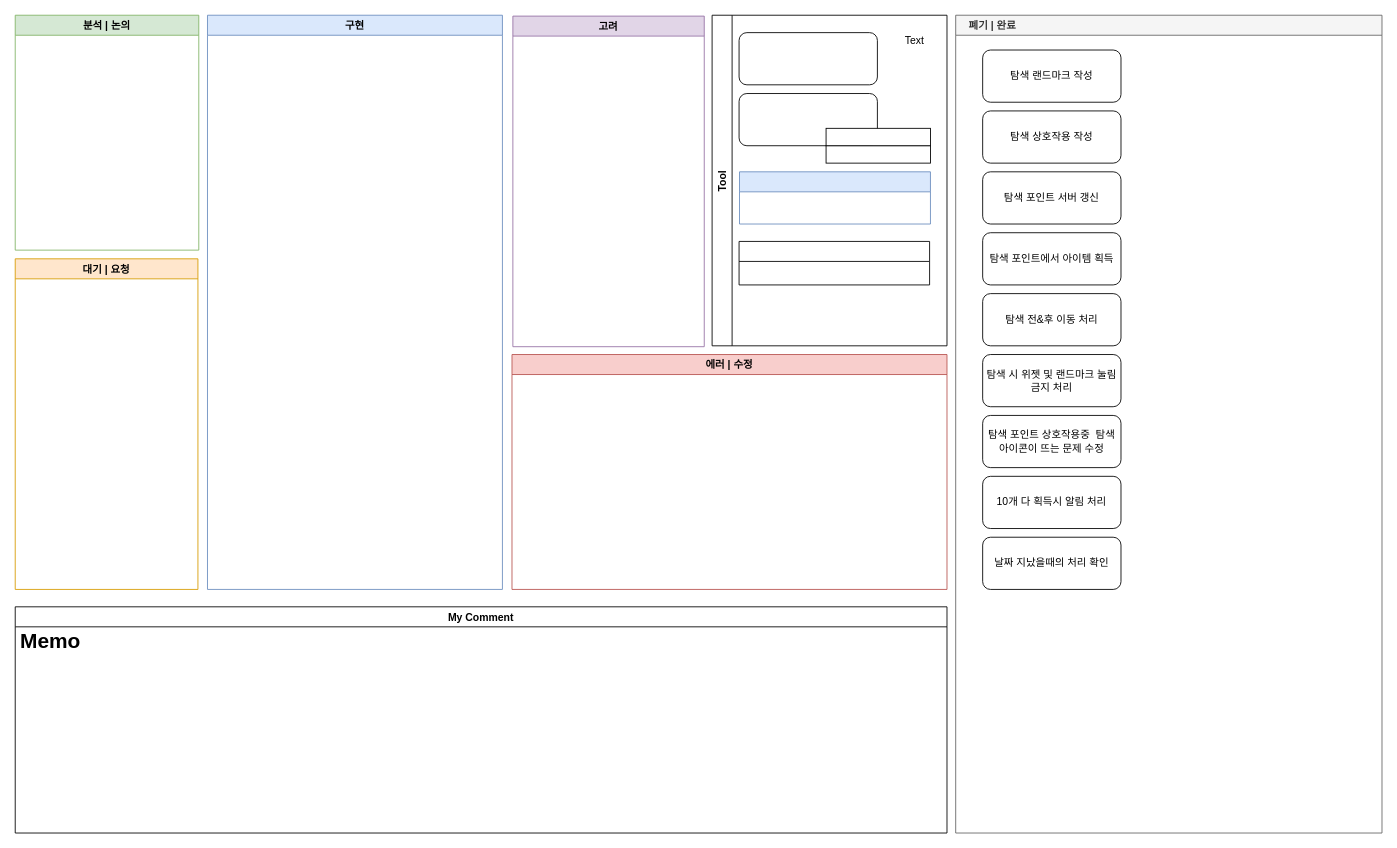
Earlier version of the draw.io diagram 탐색 시스템 진행상황.drawio (Endorr/Job-Board). Source tidied: cells renumbered, new cells numbered last; positions are measured from the earlier drawing's top-left corner, leaving out a move shared by most shapes. Both pictures are drawn from the tidied source at 87%, with x=0, y=0 at pixel (15, 15).
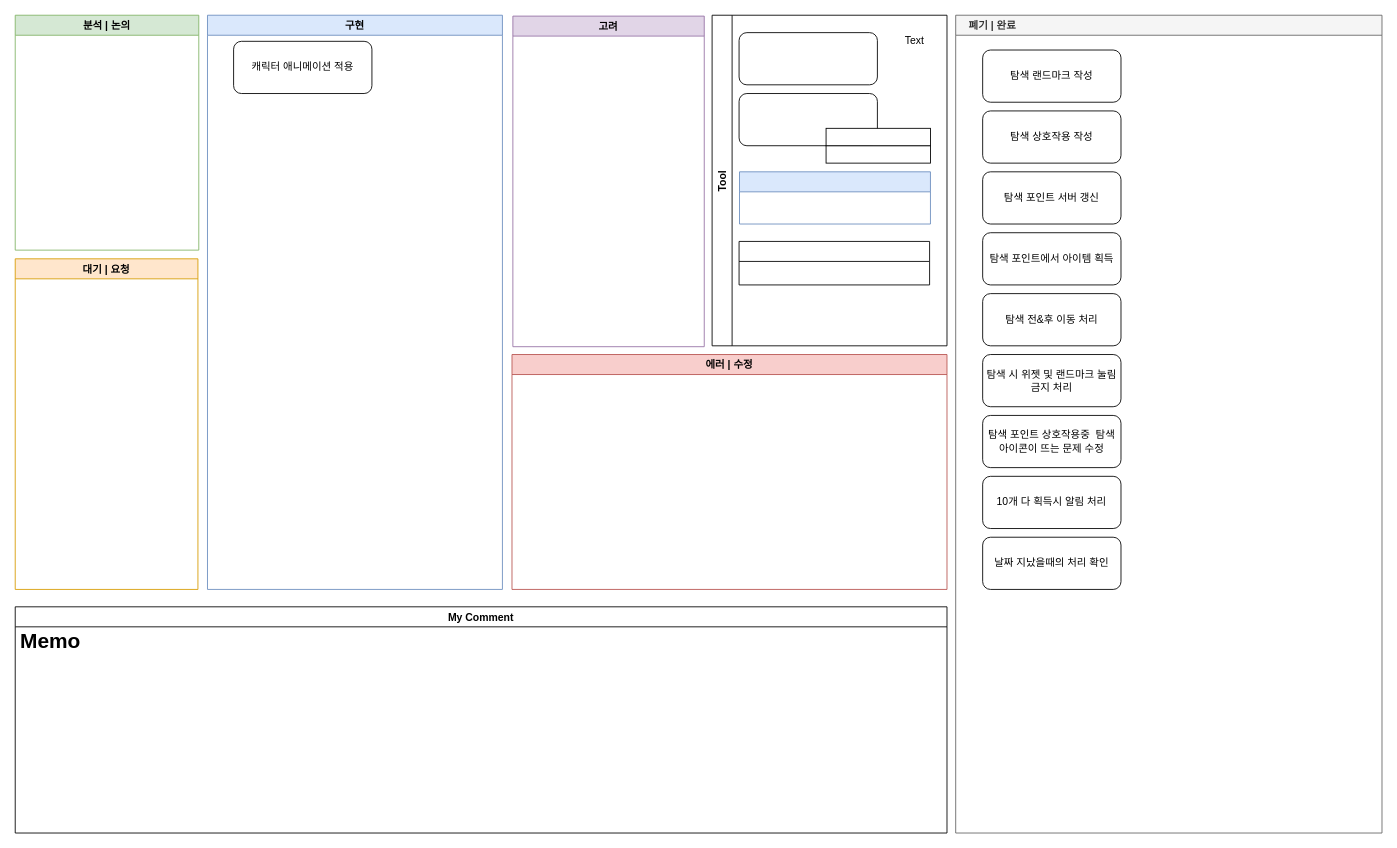
Above is the later version.

Commit message:
Update 탐색 시스템 진행상황.drawio

The change refers to these unchanged cells:
```xml
<mxCell id="2" value="구현" style="swimlane;fillColor=#dae8fc;strokeColor=#6c8ebf;" parent="1" vertex="1">
  <mxGeometry x="221" width="339" height="660" as="geometry" />
</mxCell>
```

Diff of the diagram source:
```diff
@@
+    <mxCell id="28" value="캐릭터 애니메이션 적용" style="rounded=1;whiteSpace=wrap;html=1;" parent="2" vertex="1">
+      <mxGeometry x="30" y="30" width="159" height="60" as="geometry" />
+    </mxCell>
```
